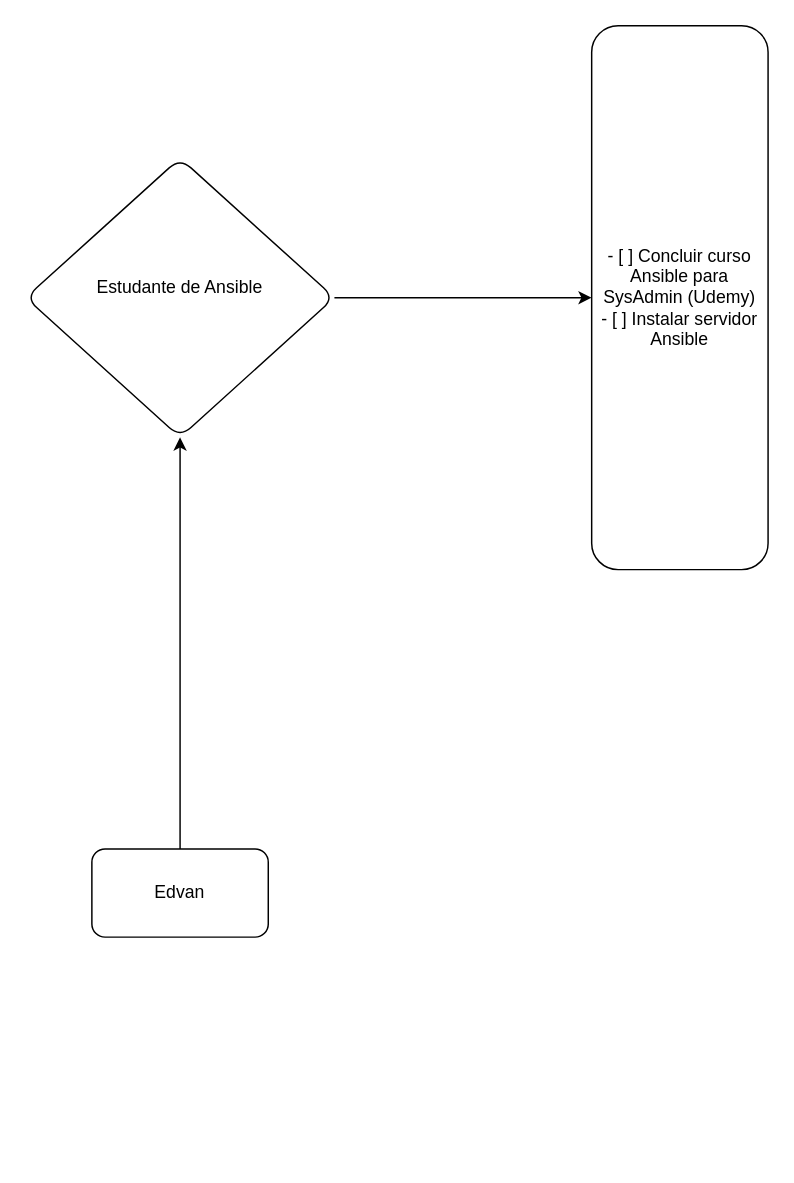
Earlier version of the draw.io diagram Diagrama sem nome.drawio (edgois-git/edgois-git). Source tidied: cells renumbered, new cells numbered last; positions are measured from the earlier drawing's top-left corner, leaving out a move shared by most shapes. Both pictures are drawn from the tidied source at 147%, with x=0, y=0 at pixel (25, 25).
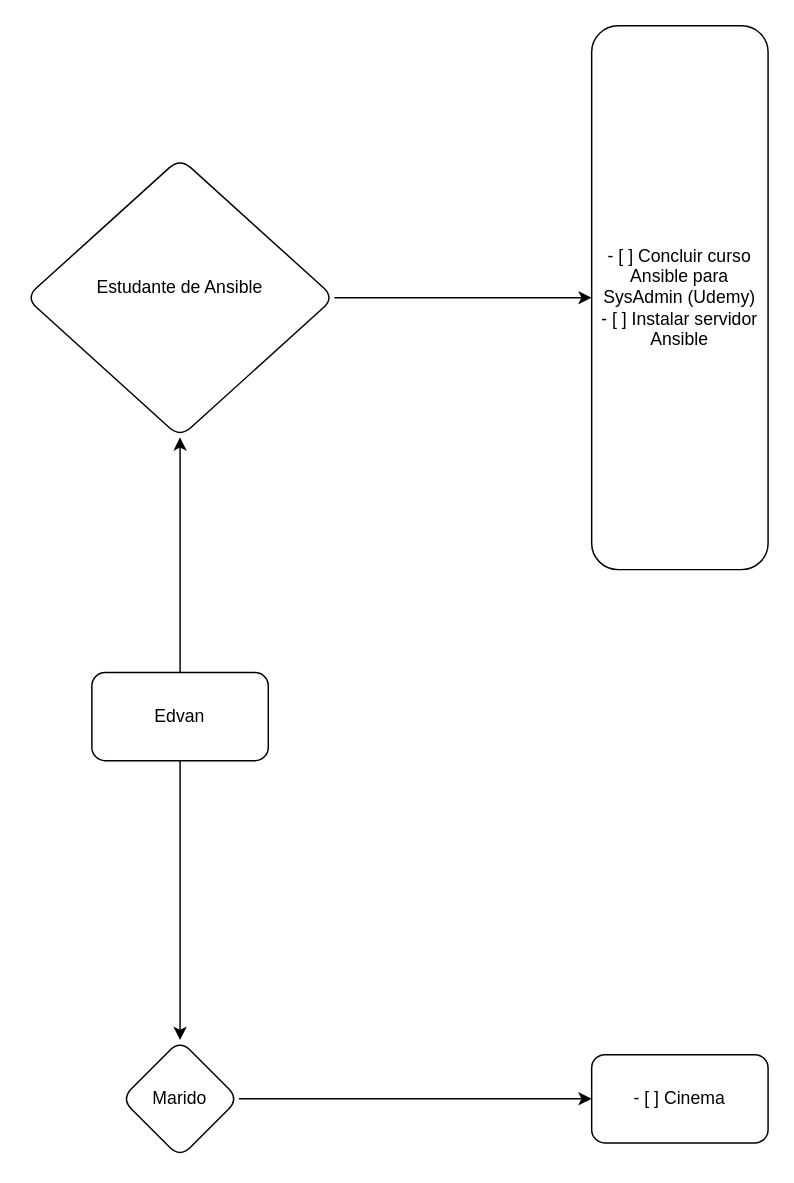
After the change.

Commit message:
Atualizar Diagrama sem nome.drawio (marido)

The edit, as a diff of the source:
```diff
@@
 <mxGraphModel>
   <root>
     <mxCell id="0" />
     <mxCell id="1" parent="0" />
     <mxCell id="2" style="edgeStyle=orthogonalEdgeStyle;rounded=0;jettySize=auto;html=1;" parent="1" edge="1" source="3" target="5">
       <mxGeometry relative="1" as="geometry" />
     </mxCell>
+    <mxCell id="7" style="edgeStyle=orthogonalEdgeStyle;rounded=0;jettySize=auto;html=1;" parent="1" edge="1" source="3" target="9">
+      <mxGeometry relative="1" as="geometry" />
+    </mxCell>
     <mxCell id="3" value="Edvan" style="rounded=1;whiteSpace=wrap;html=1;roundedPerimeter=1;" parent="1" vertex="1">
-      <mxGeometry x="45" y="560" width="120" height="60" as="geometry" />
+      <mxGeometry x="45" y="440" width="120" height="60" as="geometry" />
     </mxCell>
     <mxCell id="4" style="edgeStyle=orthogonalEdgeStyle;rounded=0;jettySize=auto;html=1;" parent="1" edge="1" source="5" target="6">
       <mxGeometry relative="1" as="geometry" />
     </mxCell>
     <mxCell id="5" value="Estudante de Ansible&lt;div&gt;&lt;br/&gt;&lt;/div&gt;" style="rhombus;whiteSpace=wrap;html=1;shapeInside=1;rounded=1;roundedPerimeter=1;" parent="1" vertex="1">
       <mxGeometry y="90" width="210" height="190" as="geometry" />
     </mxCell>
     <mxCell id="6" value="- [ ] Concluir curso Ansible para SysAdmin (Udemy)&lt;br&gt;- [ ] Instalar servidor Ansible" style="whiteSpace=wrap;html=1;rounded=1;roundedPerimeter=1;" parent="1" vertex="1">
       <mxGeometry x="385" width="120" height="370" as="geometry" />
     </mxCell>
+    <mxCell id="8" style="edgeStyle=orthogonalEdgeStyle;rounded=0;jettySize=auto;html=1;" parent="1" edge="1" source="9" target="10">
+      <mxGeometry relative="1" as="geometry" />
+    </mxCell>
+    <mxCell id="9" value="Marido" style="rhombus;whiteSpace=wrap;html=1;shapeInside=1;rounded=1;roundedPerimeter=1;" parent="1" vertex="1">
+      <mxGeometry x="65" y="690" width="80" height="80" as="geometry" />
+    </mxCell>
+    <mxCell id="10" value="- [ ] Cinema" style="whiteSpace=wrap;html=1;rounded=1;roundedPerimeter=1;" parent="1" vertex="1">
+      <mxGeometry x="385" y="700" width="120" height="60" as="geometry" />
+    </mxCell>
   </root>
 </mxGraphModel>
```
